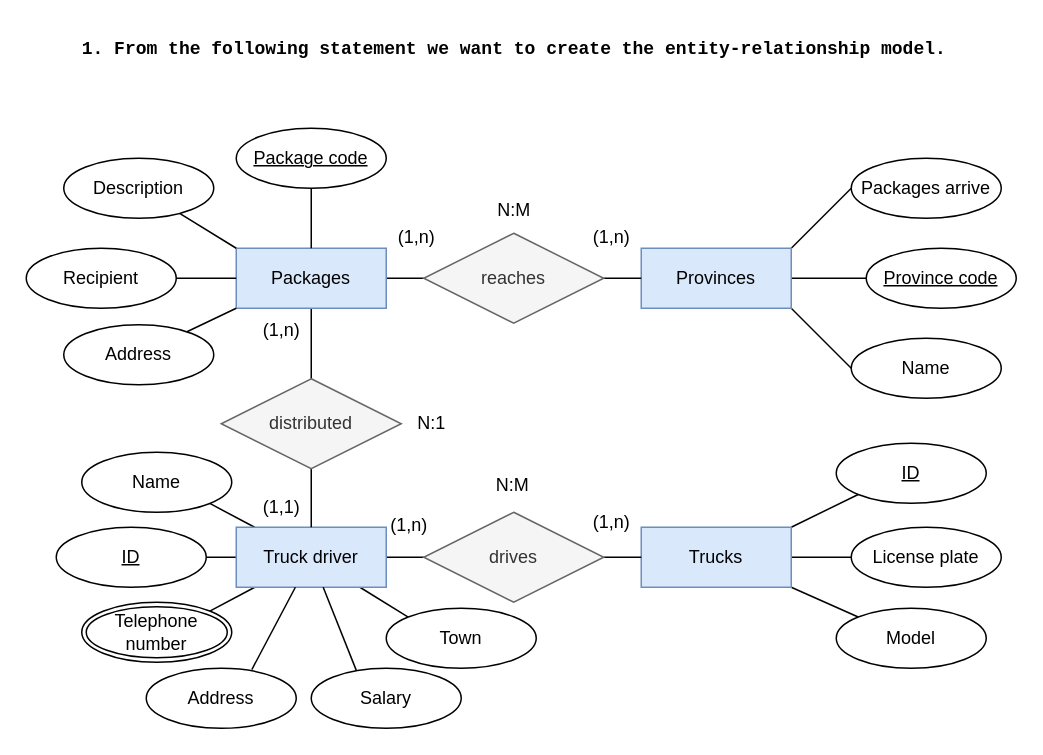
Above: page "Exercise 1" (1 of 5) of ejercicio3.drawio in Maek0s/1DAM_Databases (draw.io), before the change. Source tidied: cells renumbered, new cells numbered last; positions are measured from the earlier drawing's top-left corner, leaving out a move shared by most shapes. Both pictures are drawn from the tidied source at 150%, with x=0, y=0 at pixel (26, 26).
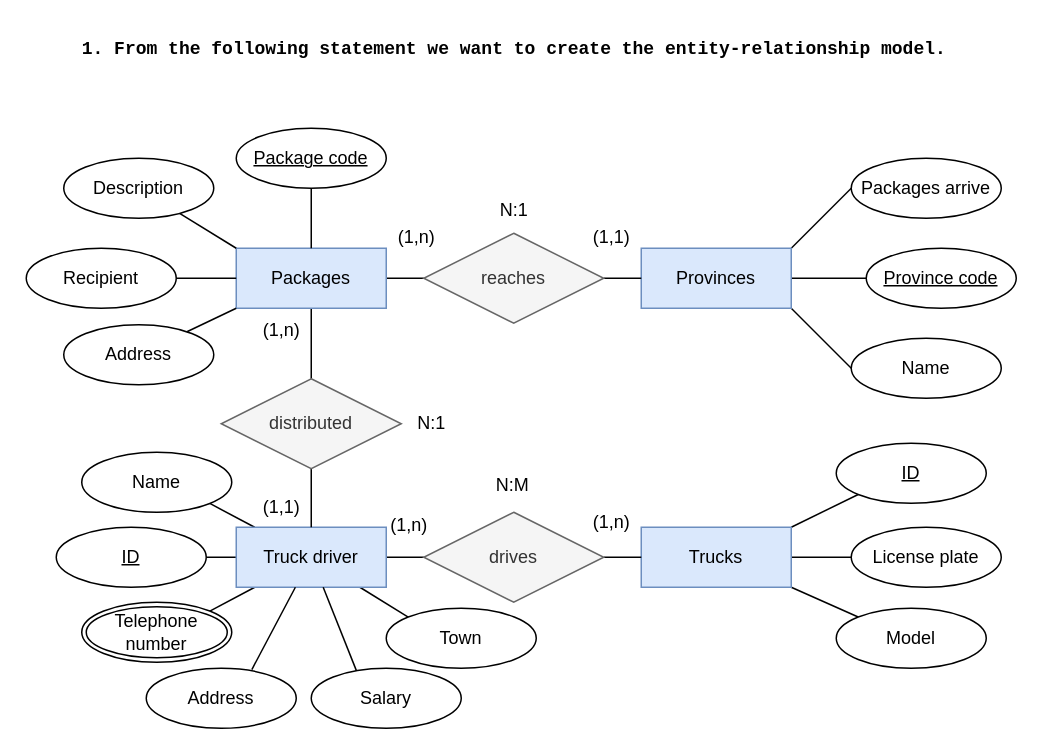
The same diagram, later.

What changed in the source:
```diff
@@
-    <mxCell id="51" value="(1,n)" style="text;html=1;align=center;verticalAlign=middle;strokeColor=none;fillColor=none;" parent="1" vertex="1">
+    <mxCell id="51" value="(1,1)" style="text;html=1;align=center;verticalAlign=middle;strokeColor=none;fillColor=none;" parent="1" vertex="1">
       <mxGeometry x="365" y="126" width="50" height="30" as="geometry" />
     </mxCell>
-    <mxCell id="52" value="N:M" style="text;html=1;align=center;verticalAlign=middle;strokeColor=none;fillColor=none;" parent="1" vertex="1">
-      <mxGeometry x="300" y="108" width="50" height="30" as="geometry" />
+    <mxCell id="52" value="N:1" style="text;html=1;align=center;verticalAlign=middle;strokeColor=none;fillColor=none;" parent="1" vertex="1">
+      <mxGeometry x="305" y="108" width="40" height="30" as="geometry" />
     </mxCell>
```
